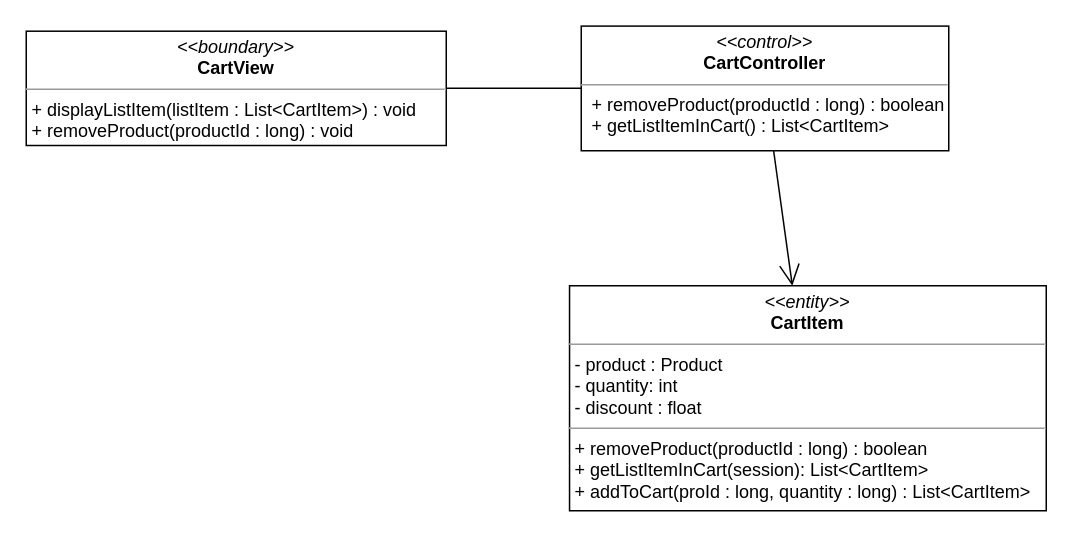
Earlier version of the draw.io diagram class diagram/remove-product-from-cart-class-diagram.drawio (nguyenphamvan/datn_20202). Source tidied: cells renumbered, new cells numbered last; positions are measured from the earlier drawing's top-left corner, leaving out a move shared by most shapes. Both pictures are drawn from the tidied source at 150%, with x=0, y=0 at pixel (26, 26).
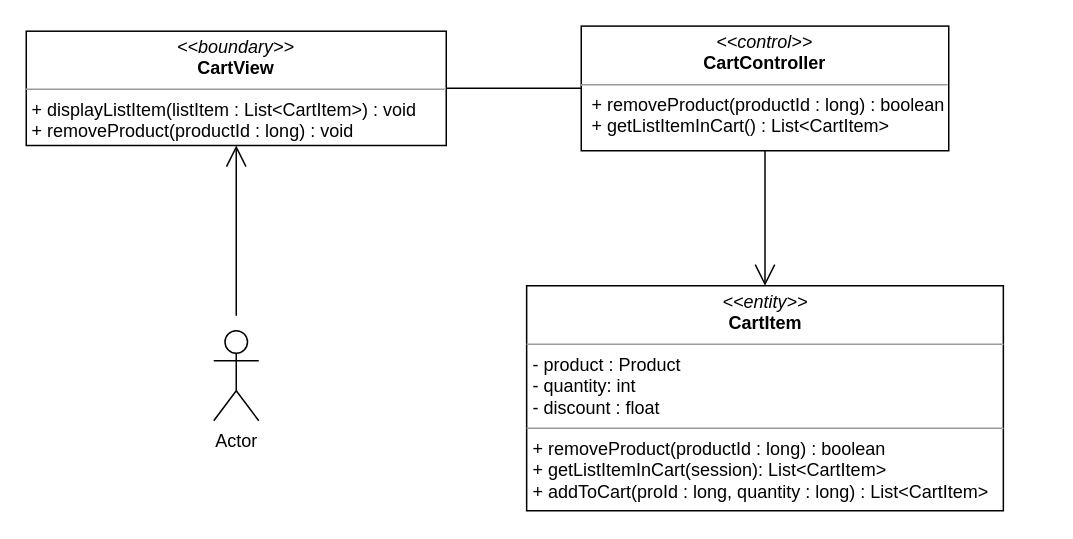
Above is the later version.

Diff of the diagram source:
```diff
@@
 <mxGraphModel>
   <root>
     <mxCell id="0" />
     <mxCell id="1" parent="0" />
     <mxCell id="2" value="&lt;p style=&quot;margin: 0px ; margin-top: 4px ; text-align: center&quot;&gt;&lt;i&gt;&amp;lt;&amp;lt;boundary&amp;gt;&amp;gt;&lt;/i&gt;&lt;br&gt;&lt;b&gt;CartView&lt;/b&gt;&lt;/p&gt;&lt;hr size=&quot;1&quot;&gt;&lt;p style=&quot;margin: 0px ; margin-left: 4px&quot;&gt;&lt;span&gt;+ displayListItem(listItem : List&amp;lt;CartItem&amp;gt;) : void&amp;nbsp;&lt;/span&gt;&lt;/p&gt;&lt;p style=&quot;margin: 0px ; margin-left: 4px&quot;&gt;&lt;span&gt;+ removeProduct(productId : long) : void&lt;br&gt;&lt;/span&gt;&lt;/p&gt;" style="verticalAlign=top;align=left;overflow=fill;fontSize=12;fontFamily=Helvetica;html=1;" parent="1" vertex="1">
       <mxGeometry y="3.3" width="280" height="76.2" as="geometry" />
     </mxCell>
     <mxCell id="3" style="endArrow=none;html=1;edgeStyle=orthogonalEdgeStyle;exitX=1;exitY=0.5;exitDx=0;exitDy=0;" parent="1" edge="1" source="2" target="4">
       <mxGeometry relative="1" as="geometry" />
     </mxCell>
     <mxCell id="4" value="&lt;p style=&quot;margin: 0px ; margin-top: 4px ; text-align: center&quot;&gt;&lt;i&gt;&amp;lt;&amp;lt;control&amp;gt;&amp;gt;&lt;/i&gt;&lt;br&gt;&lt;b&gt;CartController&lt;/b&gt;&lt;/p&gt;&lt;hr size=&quot;1&quot;&gt;&lt;p style=&quot;margin: 0px ; margin-left: 4px&quot;&gt;&lt;span&gt;&amp;nbsp;+ removeProduct(productId : long) : boolean&lt;/span&gt;&lt;/p&gt;&lt;p style=&quot;margin: 0px ; margin-left: 4px&quot;&gt;&amp;nbsp;+ getListItemInCart() : List&amp;lt;CartItem&amp;gt;&lt;/p&gt;" style="verticalAlign=top;align=left;overflow=fill;fontSize=12;fontFamily=Helvetica;html=1;" parent="1" vertex="1">
       <mxGeometry x="370" y="-0.1" width="245" height="83.1" as="geometry" />
     </mxCell>
     <mxCell id="5" value="&lt;p style=&quot;margin: 0px ; margin-top: 4px ; text-align: center&quot;&gt;&lt;i&gt;&amp;lt;&amp;lt;entity&amp;gt;&amp;gt;&lt;/i&gt;&lt;br&gt;&lt;b&gt;CartItem&lt;/b&gt;&lt;/p&gt;&lt;hr size=&quot;1&quot;&gt;&lt;p style=&quot;margin: 0px ; margin-left: 4px&quot;&gt;- product : Product&lt;/p&gt;&lt;p style=&quot;margin: 0px ; margin-left: 4px&quot;&gt;- quantity: int&lt;br&gt;- discount : float&lt;/p&gt;&lt;hr size=&quot;1&quot;&gt;&lt;p style=&quot;margin: 0px 0px 0px 4px&quot;&gt;+ removeProduct(productId : long) : boolean&lt;/p&gt;&lt;p style=&quot;margin: 0px 0px 0px 4px&quot;&gt;+ getListItemInCart(session): List&amp;lt;CartItem&amp;gt;&lt;/p&gt;&lt;p style=&quot;margin: 0px 0px 0px 4px&quot;&gt;+ addToCart(proId : long, quantity : long) : List&amp;lt;CartItem&amp;gt;&lt;/p&gt;" style="verticalAlign=top;align=left;overflow=fill;fontSize=12;fontFamily=Helvetica;html=1;" parent="1" vertex="1">
-      <mxGeometry x="362.2" y="173" width="317.8" height="150" as="geometry" />
+      <mxGeometry x="333.6" y="173" width="317.8" height="150" as="geometry" />
     </mxCell>
     <mxCell id="6" style="endArrow=open;endFill=1;endSize=12;html=1;" parent="1" edge="1" source="4" target="5">
       <mxGeometry relative="1" as="geometry" />
     </mxCell>
+    <mxCell id="7" value="Actor" style="shape=umlActor;verticalLabelPosition=bottom;verticalAlign=top;html=1;" parent="1" vertex="1">
+      <mxGeometry x="125" y="203" width="30" height="60" as="geometry" />
+    </mxCell>
+    <mxCell id="8" style="endArrow=open;endFill=1;endSize=12;html=1;" parent="1" edge="1" target="2">
+      <mxGeometry relative="1" as="geometry">
+        <mxPoint x="140" y="193" as="sourcePoint" />
+      </mxGeometry>
+    </mxCell>
   </root>
 </mxGraphModel>
```
